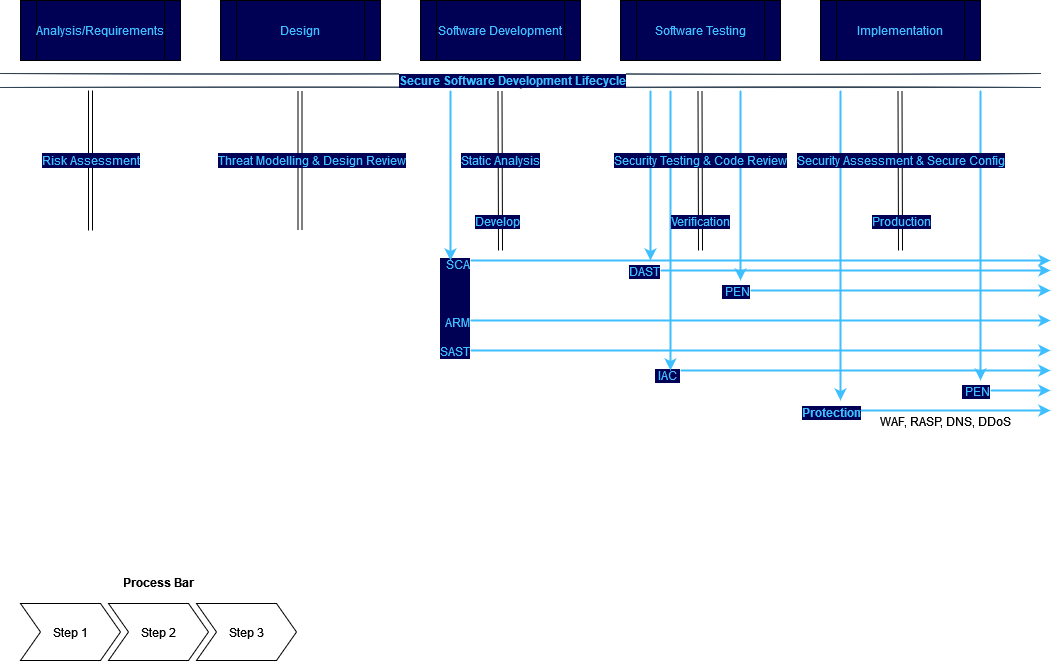
Earlier version of the draw.io export SDLC Service Mapping.png (Lino-DC/SDLC). Source tidied: cells renumbered, new cells last; positions are measured from the earlier drawing's top-left corner, leaving out a move shared by most shapes.
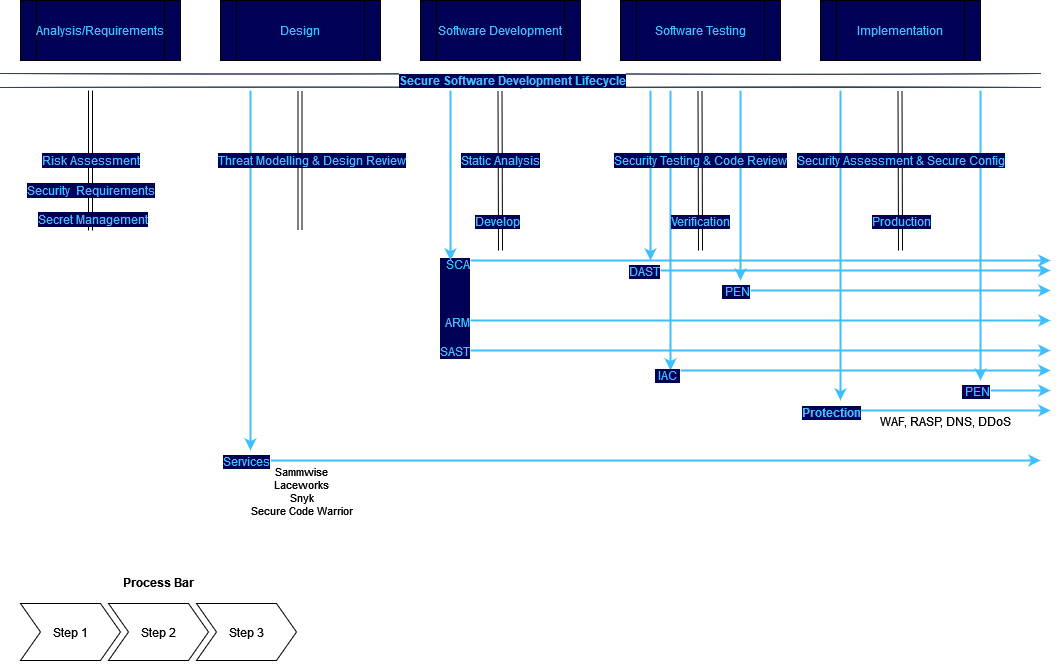
The same file after the commit.

Diff of the diagram source:
```diff
@@ -2,6 +2,21 @@
   <root>
     <mxCell id="0" />
     <mxCell id="1" parent="0" />
+    <mxCell id="45" style="endArrow=classic;html=1;rounded=0;labelBackgroundColor=none;labelBorderColor=none;strokeColor=#3FBFFF;strokeWidth=2;" parent="1" edge="1">
+      <mxGeometry relative="1" as="geometry">
+        <mxPoint x="250" y="90" as="sourcePoint" />
+        <mxPoint x="250" y="450" as="targetPoint" />
+        <Array as="points">
+          <mxPoint x="250" y="230" />
+        </Array>
+      </mxGeometry>
+    </mxCell>
+    <mxCell id="28" style="endArrow=classic;html=1;rounded=0;labelBackgroundColor=none;labelBorderColor=none;strokeColor=#3FBFFF;strokeWidth=2;" parent="1" edge="1">
+      <mxGeometry relative="1" as="geometry">
+        <mxPoint x="670" y="90" as="sourcePoint" />
+        <mxPoint x="670" y="370" as="targetPoint" />
+      </mxGeometry>
+    </mxCell>
     <mxCell id="2" style="endArrow=classic;html=1;rounded=0;labelBackgroundColor=none;labelBorderColor=none;strokeColor=#3FBFFF;strokeWidth=2;" parent="1" edge="1">
       <mxGeometry relative="1" as="geometry">
         <mxPoint x="650" y="90" as="sourcePoint" />
@@ -128,12 +143,6 @@
         <mxPoint x="1050" y="410" as="targetPoint" />
       </mxGeometry>
     </mxCell>
-    <mxCell id="28" style="endArrow=classic;html=1;rounded=0;labelBackgroundColor=none;labelBorderColor=none;strokeColor=#3FBFFF;strokeWidth=2;" parent="1" edge="1">
-      <mxGeometry relative="1" as="geometry">
-        <mxPoint x="670" y="90" as="sourcePoint" />
-        <mxPoint x="670" y="370" as="targetPoint" />
-      </mxGeometry>
-    </mxCell>
     <mxCell id="29" style="endArrow=classic;html=1;rounded=0;labelBackgroundColor=none;labelBorderColor=none;strokeColor=#3FBFFF;strokeWidth=2;" parent="1" edge="1">
       <mxGeometry relative="1" as="geometry">
         <mxPoint x="840" y="90" as="sourcePoint" />
@@ -217,5 +226,27 @@
         <mxPoint x="1050" y="390" as="targetPoint" />
       </mxGeometry>
     </mxCell>
+    <mxCell id="46" value="Security&amp;nbsp; Requirements" style="edgeLabel;html=1;align=center;verticalAlign=middle;labelBackgroundColor=#000054;fontSize=12;fontColor=#3FBFFF;fillColor=#000054;" parent="1" vertex="1">
+      <mxGeometry x="90" y="190" as="geometry" />
+    </mxCell>
+    <mxCell id="47" value="Secret Management" style="edgeLabel;html=1;align=center;verticalAlign=middle;labelBackgroundColor=#000054;fontSize=12;fontColor=#3FBFFF;fillColor=#000054;" parent="1" vertex="1">
+      <mxGeometry x="90" y="170" as="geometry">
+        <mxPoint x="2" y="49" as="offset" />
+      </mxGeometry>
+    </mxCell>
+    <mxCell id="48" style="endArrow=classic;html=1;rounded=0;strokeWidth=2;strokeColor=#3FBFFF;" parent="1" edge="1">
+      <mxGeometry relative="1" as="geometry">
+        <mxPoint x="270" y="460" as="sourcePoint" />
+        <mxPoint x="1040" y="460" as="targetPoint" />
+      </mxGeometry>
+    </mxCell>
+    <mxCell id="49" value="&lt;div&gt;Sammwise&lt;/div&gt;&lt;div&gt;Laceworks&lt;/div&gt;&lt;div&gt;Snyk&lt;/div&gt;&lt;div&gt;Secure Code Warrior&lt;/div&gt;" style="edgeLabel;html=1;align=center;verticalAlign=middle;" parent="48" vertex="1">
+      <mxGeometry relative="1" as="geometry">
+        <mxPoint x="-355" y="30" as="offset" />
+      </mxGeometry>
+    </mxCell>
+    <mxCell id="50" value="Services" style="edgeLabel;html=1;align=right;verticalAlign=bottom;labelBackgroundColor=#000054;fontSize=12;fontColor=#3FBFFF;fillColor=#000054;" parent="1" vertex="1">
+      <mxGeometry x="270" y="470" as="geometry" />
+    </mxCell>
   </root>
 </mxGraphModel>
```
